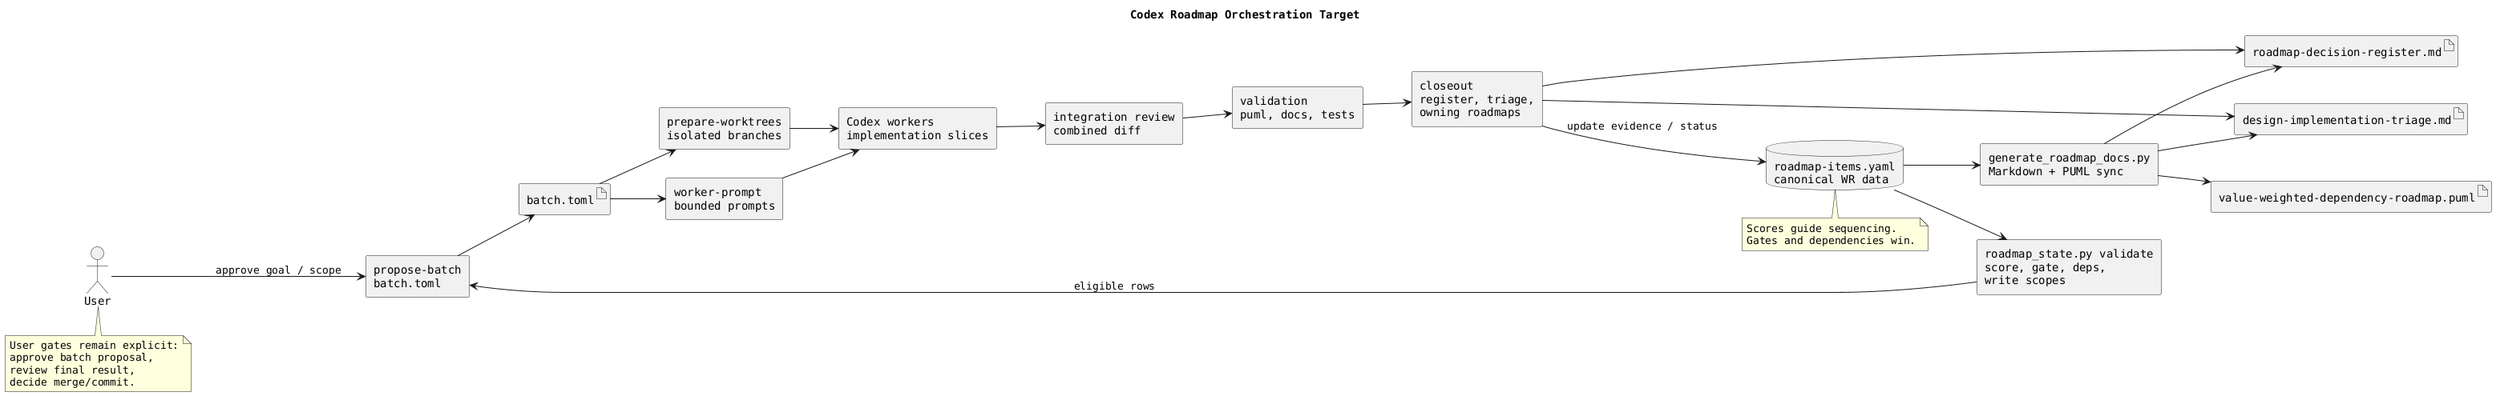
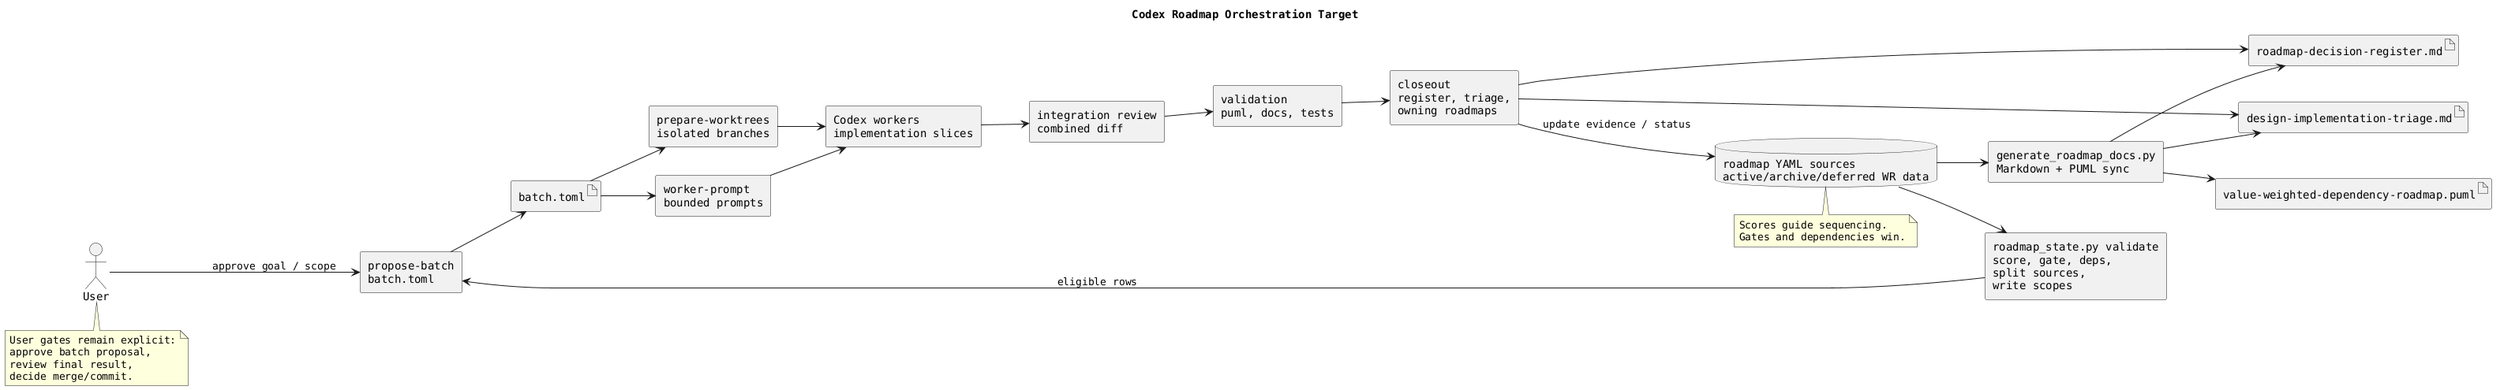
@startuml
title Codex Roadmap Orchestration Target

left to right direction
skinparam shadowing false
skinparam componentStyle rectangle
skinparam packageStyle rectangle
skinparam defaultFontName Monospaced

actor User

- database "roadmap-items.yaml\ncanonical WR data" as RoadmapYaml
- component "roadmap_state.py validate\nscore, gate, deps,\nwrite scopes" as Validate
+ database "roadmap YAML sources\nactive/archive/deferred WR data" as RoadmapYaml
+ component "roadmap_state.py validate\nscore, gate, deps,\nsplit sources,\nwrite scopes" as Validate
component "generate_roadmap_docs.py\nMarkdown + PUML sync" as Render
component "propose-batch\nbatch.toml" as Propose
component "worker-prompt\nbounded prompts" as Prompts
component "prepare-worktrees\nisolated branches" as Worktrees
component "Codex workers\nimplementation slices" as Workers
component "integration review\ncombined diff" as Integrate
component "validation\npuml, docs, tests" as Validation
component "closeout\nregister, triage,\nowning roadmaps" as Closeout

artifact "roadmap-decision-register.md" as Register
artifact "value-weighted-dependency-roadmap.puml" as DependencyPuml
artifact "design-implementation-triage.md" as Triage
artifact "batch.toml" as BatchToml

User --> Propose : approve goal / scope
RoadmapYaml --> Validate
RoadmapYaml --> Render
Validate --> Propose : eligible rows
Render --> Register
Render --> DependencyPuml
Render --> Triage
Propose --> BatchToml
BatchToml --> Prompts
BatchToml --> Worktrees
Prompts --> Workers
Worktrees --> Workers
Workers --> Integrate
Integrate --> Validation
Validation --> Closeout
Closeout --> RoadmapYaml : update evidence / status
Closeout --> Register
Closeout --> Triage

note bottom of User
  User gates remain explicit:
  approve batch proposal,
  review final result,
  decide merge/commit.
end note

note bottom of RoadmapYaml
  Scores guide sequencing.
  Gates and dependencies win.
end note

@enduml
